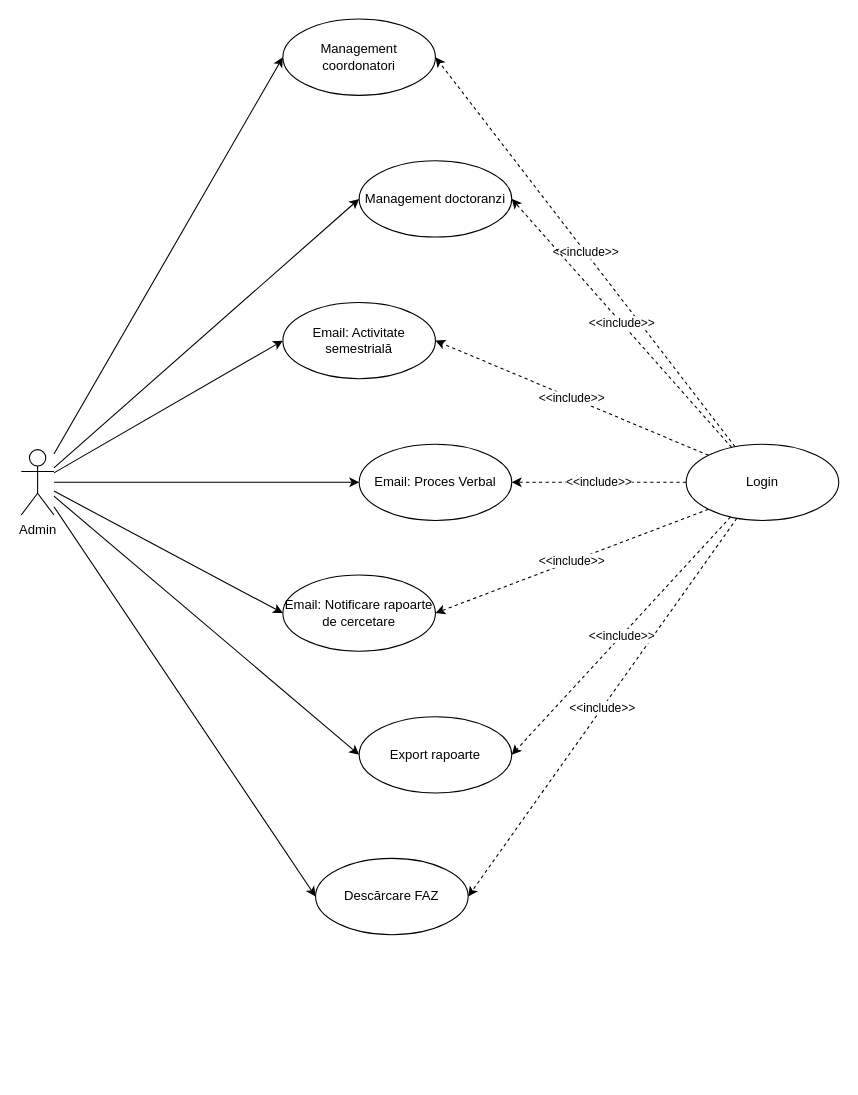
Above: page "admin use-case" (7 of 7) of files/diagrams.drawio in valentin-stamate/dashboard-activitatie-academica (draw.io), before the change. Source tidied: cells renumbered, new cells numbered last; positions are measured from the earlier drawing's top-left corner, leaving out a move shared by most shapes. Both pictures are drawn from the tidied source at 109%, with x=0, y=0 at pixel (21, 19).
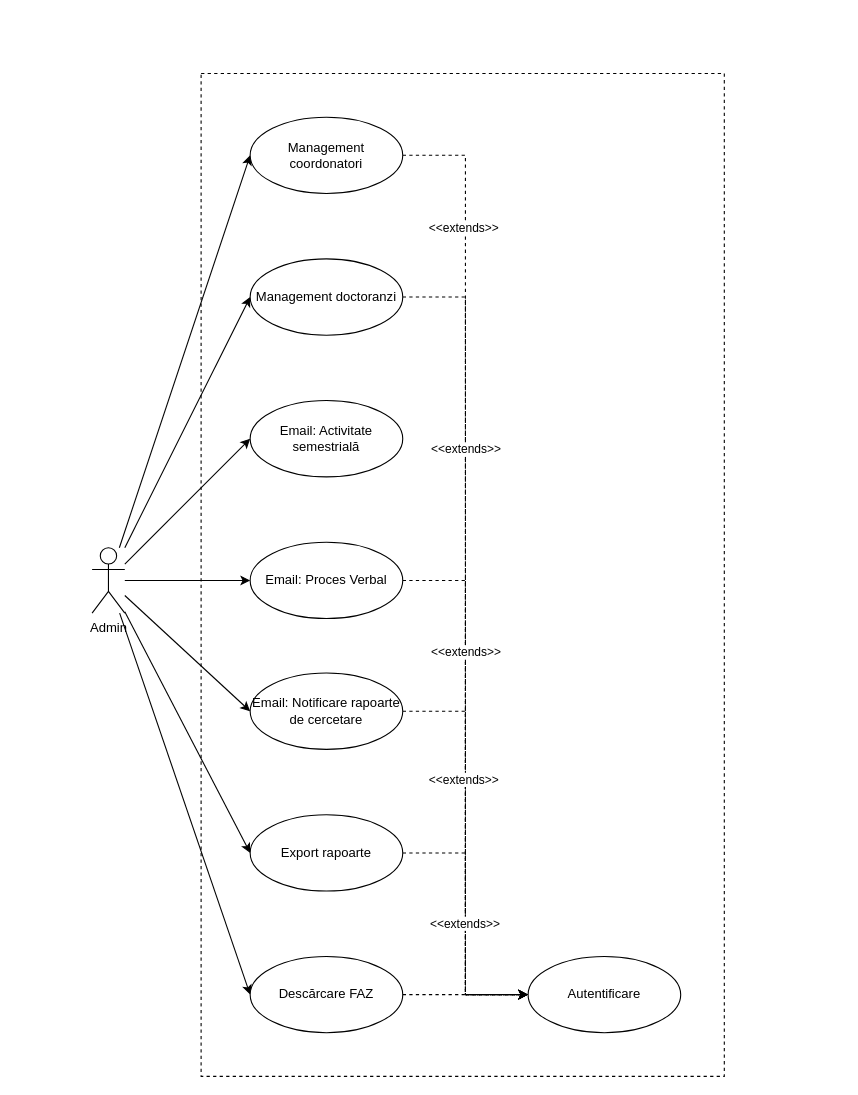
Above is the later version.

The edit, as a diff of the source:
```diff
@@
     <mxCell id="9" value="Admin" style="shape=umlActor;html=1;verticalLabelPosition=bottom;verticalAlign=top;align=center;" parent="1" vertex="1">
-      <mxGeometry y="395" width="30" height="60" as="geometry" />
+      <mxGeometry x="65" y="485" width="30" height="60" as="geometry" />
     </mxCell>
     <mxCell id="10" value="Email: Activitate semestrială" style="ellipse;whiteSpace=wrap;html=1;" parent="1" vertex="1">
-      <mxGeometry x="240" y="260" width="140" height="70" as="geometry" />
+      <mxGeometry x="210" y="350" width="140" height="70" as="geometry" />
     </mxCell>
+    <mxCell id="25" style="edgeStyle=orthogonalEdgeStyle;rounded=0;jettySize=auto;html=1;entryX=0;entryY=0.5;entryDx=0;entryDy=0;dashed=1;" parent="1" edge="1" source="11" target="20">
+      <mxGeometry relative="1" as="geometry" />
+    </mxCell>
     <mxCell id="11" value="Email: Proces Verbal" style="ellipse;whiteSpace=wrap;html=1;" parent="1" vertex="1">
-      <mxGeometry x="310" y="390" width="140" height="70" as="geometry" />
+      <mxGeometry x="210" y="480" width="140" height="70" as="geometry" />
     </mxCell>
+    <mxCell id="26" style="edgeStyle=orthogonalEdgeStyle;rounded=0;jettySize=auto;html=1;dashed=1;entryX=0;entryY=0.5;entryDx=0;entryDy=0;" parent="1" edge="1" source="12" target="20">
+      <mxGeometry relative="1" as="geometry" />
+    </mxCell>
     <mxCell id="12" value="Email: Notificare rapoarte de cercetare" style="ellipse;whiteSpace=wrap;html=1;" parent="1" vertex="1">
-      <mxGeometry x="240" y="510" width="140" height="70" as="geometry" />
+      <mxGeometry x="210" y="600" width="140" height="70" as="geometry" />
     </mxCell>
-    <mxCell id="13" value="&amp;lt;&amp;lt;include&amp;gt;&amp;gt;" style="edgeStyle=none;rounded=0;jettySize=auto;html=1;exitX=0;exitY=0.5;exitDx=0;exitDy=0;entryX=1;entryY=0.5;entryDx=0;entryDy=0;dashed=1;" parent="1" edge="1" source="20" target="11">
-      <mxGeometry relative="1" as="geometry" />
-    </mxCell>
-    <mxCell id="14" value="&amp;lt;&amp;lt;include&amp;gt;&amp;gt;" style="edgeStyle=none;rounded=0;jettySize=auto;html=1;exitX=0;exitY=1;exitDx=0;exitDy=0;entryX=1;entryY=0.5;entryDx=0;entryDy=0;dashed=1;" parent="1" edge="1" source="20" target="12">
-      <mxGeometry relative="1" as="geometry" />
-    </mxCell>
-    <mxCell id="15" value="&amp;lt;&amp;lt;include&amp;gt;&amp;gt;" style="edgeStyle=none;rounded=0;jettySize=auto;html=1;exitX=0;exitY=0;exitDx=0;exitDy=0;entryX=1;entryY=0.5;entryDx=0;entryDy=0;dashed=1;" parent="1" edge="1" source="20" target="10">
-      <mxGeometry relative="1" as="geometry" />
-    </mxCell>
-    <mxCell id="16" value="&amp;lt;&amp;lt;include&amp;gt;&amp;gt;" style="edgeStyle=none;rounded=0;jettySize=auto;html=1;entryX=1;entryY=0.5;entryDx=0;entryDy=0;dashed=1;" parent="1" edge="1" source="20" target="22">
-      <mxGeometry relative="1" as="geometry" />
-    </mxCell>
-    <mxCell id="17" value="&amp;lt;&amp;lt;include&amp;gt;&amp;gt;" style="edgeStyle=none;rounded=0;jettySize=auto;html=1;entryX=1;entryY=0.5;entryDx=0;entryDy=0;dashed=1;" parent="1" edge="1" source="20" target="21">
-      <mxGeometry relative="1" as="geometry" />
-    </mxCell>
-    <mxCell id="18" value="&amp;lt;&amp;lt;include&amp;gt;&amp;gt;" style="edgeStyle=none;rounded=0;jettySize=auto;html=1;entryX=1;entryY=0.5;entryDx=0;entryDy=0;dashed=1;" parent="1" edge="1" source="20" target="23">
-      <mxGeometry relative="1" as="geometry" />
-    </mxCell>
-    <mxCell id="19" value="&amp;lt;&amp;lt;include&amp;gt;&amp;gt;" style="edgeStyle=none;rounded=0;jettySize=auto;html=1;entryX=1;entryY=0.5;entryDx=0;entryDy=0;dashed=1;" parent="1" edge="1" source="20" target="24">
-      <mxGeometry relative="1" as="geometry" />
-    </mxCell>
-    <mxCell id="20" value="Login" style="ellipse;whiteSpace=wrap;html=1;" parent="1" vertex="1">
-      <mxGeometry x="610" y="390" width="140" height="70" as="geometry" />
+    <mxCell id="20" value="Autentificare" style="ellipse;whiteSpace=wrap;html=1;" parent="1" vertex="1">
+      <mxGeometry x="465" y="860" width="140" height="70" as="geometry" />
     </mxCell>
+    <mxCell id="27" style="edgeStyle=orthogonalEdgeStyle;rounded=0;jettySize=auto;html=1;entryX=0;entryY=0.5;entryDx=0;entryDy=0;dashed=1;" parent="1" edge="1" source="21" target="20">
+      <mxGeometry relative="1" as="geometry" />
+    </mxCell>
     <mxCell id="21" value="Management doctoranzi" style="ellipse;whiteSpace=wrap;html=1;" parent="1" vertex="1">
-      <mxGeometry x="310" y="130" width="140" height="70" as="geometry" />
+      <mxGeometry x="210" y="220" width="140" height="70" as="geometry" />
     </mxCell>
+    <mxCell id="28" style="edgeStyle=orthogonalEdgeStyle;rounded=0;jettySize=auto;html=1;entryX=0;entryY=0.5;entryDx=0;entryDy=0;dashed=1;" parent="1" edge="1" source="22" target="20">
+      <mxGeometry relative="1" as="geometry" />
+    </mxCell>
+    <mxCell id="29" value="&amp;lt;&amp;lt;extends&amp;gt;&amp;gt;" style="edgeLabel;html=1;align=center;verticalAlign=middle;" parent="28" vertex="1">
+      <mxGeometry x="-0.72" y="1" relative="1" as="geometry">
+        <mxPoint x="-3" as="offset" />
+      </mxGeometry>
+    </mxCell>
+    <mxCell id="30" value="&amp;lt;&amp;lt;extends&amp;gt;&amp;gt;" style="edgeLabel;html=1;align=center;verticalAlign=middle;" parent="28" vertex="1">
+      <mxGeometry x="-0.26" relative="1" as="geometry" />
+    </mxCell>
+    <mxCell id="31" value="&amp;lt;&amp;lt;extends&amp;gt;&amp;gt;" style="edgeLabel;html=1;align=center;verticalAlign=middle;" parent="28" vertex="1">
+      <mxGeometry x="0.17" relative="1" as="geometry">
+        <mxPoint y="-5" as="offset" />
+      </mxGeometry>
+    </mxCell>
+    <mxCell id="32" value="&amp;lt;&amp;lt;extends&amp;gt;&amp;gt;" style="edgeLabel;html=1;align=center;verticalAlign=middle;" parent="28" vertex="1">
+      <mxGeometry x="0.46" y="2" relative="1" as="geometry">
+        <mxPoint x="-4" y="-16" as="offset" />
+      </mxGeometry>
+    </mxCell>
     <mxCell id="22" value="Management coordonatori" style="ellipse;whiteSpace=wrap;html=1;" parent="1" vertex="1">
-      <mxGeometry x="240" width="140" height="70" as="geometry" />
+      <mxGeometry x="210" y="90" width="140" height="70" as="geometry" />
     </mxCell>
+    <mxCell id="33" style="edgeStyle=orthogonalEdgeStyle;rounded=0;jettySize=auto;html=1;entryX=0;entryY=0.5;entryDx=0;entryDy=0;dashed=1;" parent="1" edge="1" source="23" target="20">
+      <mxGeometry relative="1" as="geometry" />
+    </mxCell>
     <mxCell id="23" value="Descărcare FAZ" style="ellipse;whiteSpace=wrap;html=1;" parent="1" vertex="1">
-      <mxGeometry x="270" y="770" width="140" height="70" as="geometry" />
+      <mxGeometry x="210" y="860" width="140" height="70" as="geometry" />
     </mxCell>
+    <mxCell id="34" style="edgeStyle=orthogonalEdgeStyle;rounded=0;jettySize=auto;html=1;entryX=0;entryY=0.5;entryDx=0;entryDy=0;dashed=1;" parent="1" edge="1" source="24" target="20">
+      <mxGeometry relative="1" as="geometry" />
+    </mxCell>
+    <mxCell id="35" value="&amp;lt;&amp;lt;extends&amp;gt;&amp;gt;" style="edgeLabel;html=1;align=center;verticalAlign=middle;" parent="34" vertex="1">
+      <mxGeometry x="0.07" y="-1" relative="1" as="geometry">
+        <mxPoint y="-9" as="offset" />
+      </mxGeometry>
+    </mxCell>
     <mxCell id="24" value="Export rapoarte" style="ellipse;whiteSpace=wrap;html=1;" parent="1" vertex="1">
-      <mxGeometry x="310" y="640" width="140" height="70" as="geometry" />
+      <mxGeometry x="210" y="730" width="140" height="70" as="geometry" />
     </mxCell>
+    <mxCell id="36" style="rounded=0;whiteSpace=wrap;html=1;fillColor=none;dashed=1;" parent="1" vertex="1">
+      <mxGeometry x="165" y="50" width="480" height="920" as="geometry" />
+    </mxCell>
```
